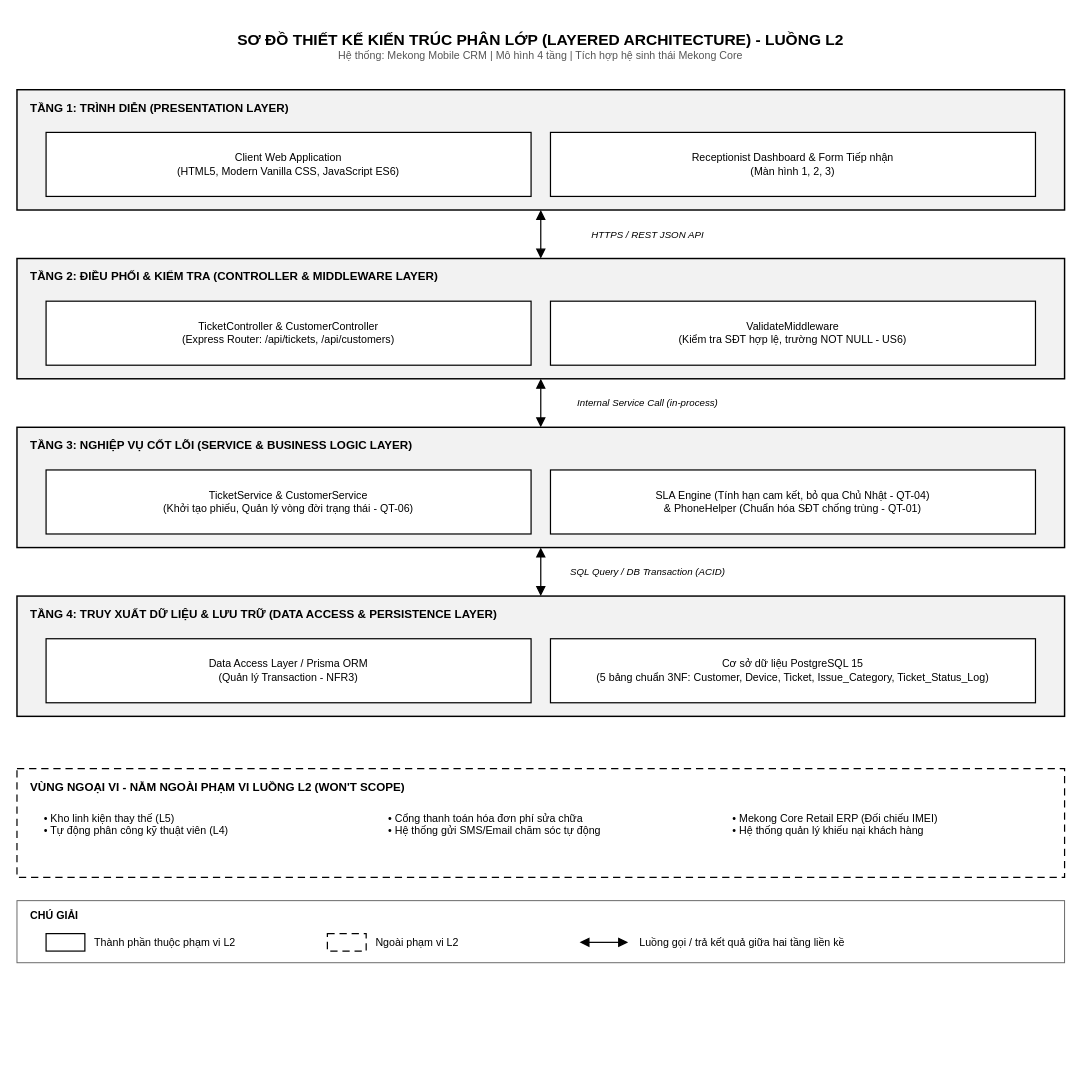
Earlier version of the draw.io diagram docs/architecture.drawio (Khoidep-zai/cdtn1-NguyenBaAnhKhoi-l2). Source tidied: cells renumbered, new cells numbered last; positions are measured from the earlier drawing's top-left corner, leaving out a move shared by most shapes. Both pictures are drawn from the tidied source at 97%, with x=0, y=0 at pixel (16, 21).
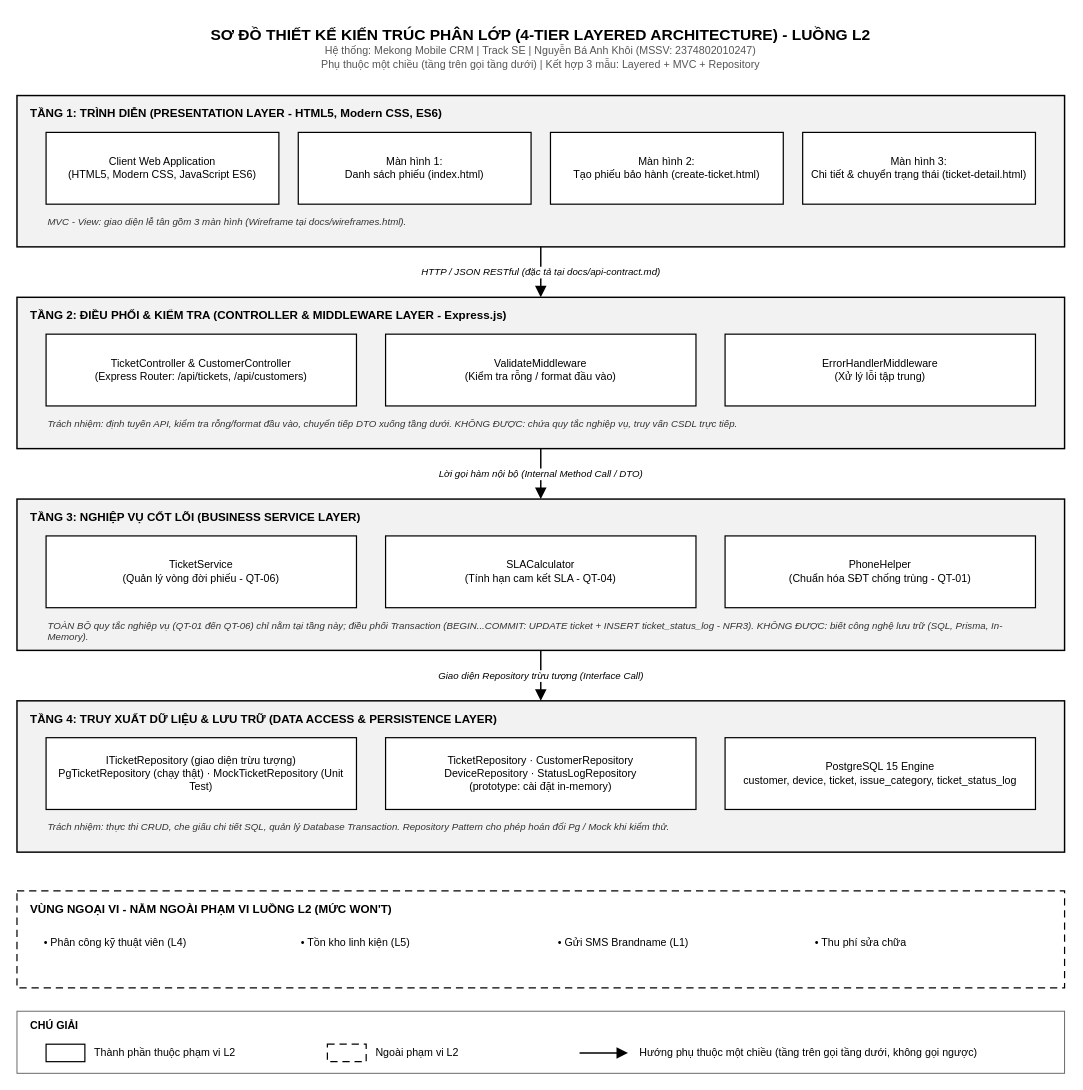
The same diagram, later.

What changed in the source:
```diff
@@
-    <mxCell id="2" value="&lt;b style=&quot;font-size:16px&quot;&gt;SƠ ĐỒ THIẾT KẾ KIẾN TRÚC PHÂN LỚP (LAYERED ARCHITECTURE) - LUỒNG L2&lt;/b&gt;&lt;br&gt;&lt;font style=&quot;font-size:11px&quot; color=&quot;#555555&quot;&gt;Hệ thống: Mekong Mobile CRM | Mô hình 4 tầng | Tích hợp hệ sinh thái Mekong Core&lt;/font&gt;" style="text;html=1;align=center;verticalAlign=middle;whiteSpace=wrap;fontColor=#000000;" parent="1" vertex="1">
-      <mxGeometry width="1080" height="50" as="geometry" />
+    <mxCell id="2" value="&lt;b style=&quot;font-size:16px&quot;&gt;SƠ ĐỒ THIẾT KẾ KIẾN TRÚC PHÂN LỚP (4-TIER LAYERED ARCHITECTURE) - LUỒNG L2&lt;/b&gt;&lt;br&gt;&lt;font style=&quot;font-size:11px&quot; color=&quot;#555555&quot;&gt;Hệ thống: Mekong Mobile CRM | Track SE | Nguyễn Bá Anh Khôi (MSSV: 2374802010247)&lt;br&gt;Phụ thuộc một chiều (tầng trên gọi tầng dưới) | Kết hợp 3 mẫu: Layered + MVC + Repository&lt;/font&gt;" style="text;html=1;align=center;verticalAlign=middle;whiteSpace=wrap;fontColor=#000000;" parent="1" vertex="1">
+      <mxGeometry y="-5" width="1080" height="64" as="geometry" />
     </mxCell>
     <mxCell id="3" style="rounded=0;html=1;fillColor=#F2F2F2;strokeColor=#000000;strokeWidth=1.5;" parent="1" vertex="1">
-      <mxGeometry y="70" width="1080" height="124" as="geometry" />
+      <mxGeometry y="76" width="1080" height="156" as="geometry" />
     </mxCell>
-    <mxCell id="4" value="&lt;b&gt;TẦNG 1: TRÌNH DIỄN (PRESENTATION LAYER)&lt;/b&gt;" style="text;html=1;whiteSpace=wrap;verticalAlign=middle;fontColor=#000000;fontSize=11;align=left;fontSize=12;" parent="3" vertex="1">
+    <mxCell id="4" value="&lt;b&gt;TẦNG 1: TRÌNH DIỄN (PRESENTATION LAYER - HTML5, Modern CSS, ES6)&lt;/b&gt;" style="text;html=1;whiteSpace=wrap;verticalAlign=middle;fontColor=#000000;align=left;fontSize=12;" parent="3" vertex="1">
       <mxGeometry x="12" y="6" width="1000" height="26" as="geometry" />
     </mxCell>
-    <mxCell id="5" value="Client Web Application&lt;br&gt;(HTML5, Modern Vanilla CSS, JavaScript ES6)" style="rounded=0;html=1;whiteSpace=wrap;fillColor=#FFFFFF;strokeColor=#000000;strokeWidth=1.25;fontColor=#000000;fontSize=11;" parent="3" vertex="1">
-      <mxGeometry x="30" y="44" width="500" height="66" as="geometry" />
+    <mxCell id="5" value="Client Web Application&lt;br&gt;(HTML5, Modern CSS, JavaScript ES6)" style="rounded=0;html=1;whiteSpace=wrap;fillColor=#FFFFFF;strokeColor=#000000;strokeWidth=1.25;fontColor=#000000;fontSize=11;" parent="3" vertex="1">
+      <mxGeometry x="30" y="38" width="240" height="74" as="geometry" />
     </mxCell>
-    <mxCell id="6" value="Receptionist Dashboard &amp;amp; Form Tiếp nhận&lt;br&gt;(Màn hình 1, 2, 3)" style="rounded=0;html=1;whiteSpace=wrap;fillColor=#FFFFFF;strokeColor=#000000;strokeWidth=1.25;fontColor=#000000;fontSize=11;" parent="3" vertex="1">
-      <mxGeometry x="550" y="44" width="500" height="66" as="geometry" />
+    <mxCell id="6" value="Màn hình 1:&lt;br&gt;Danh sách phiếu (index.html)" style="rounded=0;html=1;whiteSpace=wrap;fillColor=#FFFFFF;strokeColor=#000000;strokeWidth=1.25;fontColor=#000000;fontSize=11;" parent="3" vertex="1">
+      <mxGeometry x="290" y="38" width="240" height="74" as="geometry" />
     </mxCell>
+    <mxCell id="35" value="Màn hình 2:&lt;br&gt;Tạo phiếu bảo hành (create-ticket.html)" style="rounded=0;html=1;whiteSpace=wrap;fillColor=#FFFFFF;strokeColor=#000000;strokeWidth=1.25;fontColor=#000000;fontSize=11;" parent="3" vertex="1">
+      <mxGeometry x="550" y="38" width="240" height="74" as="geometry" />
+    </mxCell>
+    <mxCell id="36" value="Màn hình 3:&lt;br&gt;Chi tiết &amp; chuyển trạng thái (ticket-detail.html)" style="rounded=0;html=1;whiteSpace=wrap;fillColor=#FFFFFF;strokeColor=#000000;strokeWidth=1.25;fontColor=#000000;fontSize=11;" parent="3" vertex="1">
+      <mxGeometry x="810" y="38" width="240" height="74" as="geometry" />
+    </mxCell>
+    <mxCell id="37" value="MVC - View: giao diện lễ tân gồm 3 màn hình (Wireframe tại docs/wireframes.html)." style="text;html=1;whiteSpace=wrap;verticalAlign=top;fontColor=#333333;align=left;fontSize=10;fontStyle=2;" parent="3" vertex="1">
+      <mxGeometry x="30" y="118" width="1020" height="34" as="geometry" />
+    </mxCell>
     <mxCell id="7" style="rounded=0;html=1;fillColor=#F2F2F2;strokeColor=#000000;strokeWidth=1.5;" parent="1" vertex="1">
-      <mxGeometry y="244" width="1080" height="124" as="geometry" />
+      <mxGeometry y="284" width="1080" height="156" as="geometry" />
     </mxCell>
-    <mxCell id="8" value="&lt;b&gt;TẦNG 2: ĐIỀU PHỐI &amp;amp; KIỂM TRA (CONTROLLER &amp;amp; MIDDLEWARE LAYER)&lt;/b&gt;" style="text;html=1;whiteSpace=wrap;verticalAlign=middle;fontColor=#000000;fontSize=11;align=left;fontSize=12;" parent="7" vertex="1">
+    <mxCell id="8" value="&lt;b&gt;TẦNG 2: ĐIỀU PHỐI &amp; KIỂM TRA (CONTROLLER &amp; MIDDLEWARE LAYER - Express.js)&lt;/b&gt;" style="text;html=1;whiteSpace=wrap;verticalAlign=middle;fontColor=#000000;align=left;fontSize=12;" parent="7" vertex="1">
       <mxGeometry x="12" y="6" width="1000" height="26" as="geometry" />
     </mxCell>
-    <mxCell id="9" value="TicketController &amp;amp; CustomerController&lt;br&gt;(Express Router: /api/tickets, /api/customers)" style="rounded=0;html=1;whiteSpace=wrap;fillColor=#FFFFFF;strokeColor=#000000;strokeWidth=1.25;fontColor=#000000;fontSize=11;" parent="7" vertex="1">
-      <mxGeometry x="30" y="44" width="500" height="66" as="geometry" />
+    <mxCell id="9" value="TicketController &amp; CustomerController&lt;br&gt;(Express Router: /api/tickets, /api/customers)" style="rounded=0;html=1;whiteSpace=wrap;fillColor=#FFFFFF;strokeColor=#000000;strokeWidth=1.25;fontColor=#000000;fontSize=11;" parent="7" vertex="1">
+      <mxGeometry x="30" y="38" width="320" height="74" as="geometry" />
     </mxCell>
-    <mxCell id="10" value="ValidateMiddleware&lt;br&gt;(Kiểm tra SĐT hợp lệ, trường NOT NULL - US6)" style="rounded=0;html=1;whiteSpace=wrap;fillColor=#FFFFFF;strokeColor=#000000;strokeWidth=1.25;fontColor=#000000;fontSize=11;" parent="7" vertex="1">
-      <mxGeometry x="550" y="44" width="500" height="66" as="geometry" />
+    <mxCell id="10" value="ValidateMiddleware&lt;br&gt;(Kiểm tra rỗng / format đầu vào)" style="rounded=0;html=1;whiteSpace=wrap;fillColor=#FFFFFF;strokeColor=#000000;strokeWidth=1.25;fontColor=#000000;fontSize=11;" parent="7" vertex="1">
+      <mxGeometry x="380" y="38" width="320" height="74" as="geometry" />
     </mxCell>
+    <mxCell id="38" value="ErrorHandlerMiddleware&lt;br&gt;(Xử lý lỗi tập trung)" style="rounded=0;html=1;whiteSpace=wrap;fillColor=#FFFFFF;strokeColor=#000000;strokeWidth=1.25;fontColor=#000000;fontSize=11;" parent="7" vertex="1">
+      <mxGeometry x="730" y="38" width="320" height="74" as="geometry" />
+    </mxCell>
+    <mxCell id="39" value="Trách nhiệm: định tuyến API, kiểm tra rỗng/format đầu vào, chuyển tiếp DTO xuống tầng dưới. KHÔNG ĐƯỢC: chứa quy tắc nghiệp vụ, truy vấn CSDL trực tiếp." style="text;html=1;whiteSpace=wrap;verticalAlign=top;fontColor=#333333;align=left;fontSize=10;fontStyle=2;" parent="7" vertex="1">
+      <mxGeometry x="30" y="118" width="1020" height="34" as="geometry" />
+    </mxCell>
     <mxCell id="11" style="rounded=0;html=1;fillColor=#F2F2F2;strokeColor=#000000;strokeWidth=1.5;" parent="1" vertex="1">
-      <mxGeometry y="418" width="1080" height="124" as="geometry" />
+      <mxGeometry y="492" width="1080" height="156" as="geometry" />
     </mxCell>
-    <mxCell id="12" value="&lt;b&gt;TẦNG 3: NGHIỆP VỤ CỐT LÕI (SERVICE &amp;amp; BUSINESS LOGIC LAYER)&lt;/b&gt;" style="text;html=1;whiteSpace=wrap;verticalAlign=middle;fontColor=#000000;fontSize=11;align=left;fontSize=12;" parent="11" vertex="1">
+    <mxCell id="12" value="&lt;b&gt;TẦNG 3: NGHIỆP VỤ CỐT LÕI (BUSINESS SERVICE LAYER)&lt;/b&gt;" style="text;html=1;whiteSpace=wrap;verticalAlign=middle;fontColor=#000000;align=left;fontSize=12;" parent="11" vertex="1">
       <mxGeometry x="12" y="6" width="1000" height="26" as="geometry" />
     </mxCell>
-    <mxCell id="13" value="TicketService &amp;amp; CustomerService&lt;br&gt;(Khởi tạo phiếu, Quản lý vòng đời trạng thái - QT-06)" style="rounded=0;html=1;whiteSpace=wrap;fillColor=#FFFFFF;strokeColor=#000000;strokeWidth=1.25;fontColor=#000000;fontSize=11;" parent="11" vertex="1">
-      <mxGeometry x="30" y="44" width="500" height="66" as="geometry" />
+    <mxCell id="13" value="TicketService&lt;br&gt;(Quản lý vòng đời phiếu - QT-06)" style="rounded=0;html=1;whiteSpace=wrap;fillColor=#FFFFFF;strokeColor=#000000;strokeWidth=1.25;fontColor=#000000;fontSize=11;" parent="11" vertex="1">
+      <mxGeometry x="30" y="38" width="320" height="74" as="geometry" />
     </mxCell>
-    <mxCell id="14" value="SLA Engine (Tính hạn cam kết, bỏ qua Chủ Nhật - QT-04)&lt;br&gt;&amp;amp; PhoneHelper (Chuẩn hóa SĐT chống trùng - QT-01)" style="rounded=0;html=1;whiteSpace=wrap;fillColor=#FFFFFF;strokeColor=#000000;strokeWidth=1.25;fontColor=#000000;fontSize=11;" parent="11" vertex="1">
-      <mxGeometry x="550" y="44" width="500" height="66" as="geometry" />
+    <mxCell id="14" value="SLACalculator&lt;br&gt;(Tính hạn cam kết SLA - QT-04)" style="rounded=0;html=1;whiteSpace=wrap;fillColor=#FFFFFF;strokeColor=#000000;strokeWidth=1.25;fontColor=#000000;fontSize=11;" parent="11" vertex="1">
+      <mxGeometry x="380" y="38" width="320" height="74" as="geometry" />
     </mxCell>
+    <mxCell id="40" value="PhoneHelper&lt;br&gt;(Chuẩn hóa SĐT chống trùng - QT-01)" style="rounded=0;html=1;whiteSpace=wrap;fillColor=#FFFFFF;strokeColor=#000000;strokeWidth=1.25;fontColor=#000000;fontSize=11;" parent="11" vertex="1">
+      <mxGeometry x="730" y="38" width="320" height="74" as="geometry" />
+    </mxCell>
+    <mxCell id="41" value="TOÀN BỘ quy tắc nghiệp vụ (QT-01 đến QT-06) chỉ nằm tại tầng này; điều phối Transaction (BEGIN...COMMIT: UPDATE ticket + INSERT ticket_status_log - NFR3). KHÔNG ĐƯỢC: biết công nghệ lưu trữ (SQL, Prisma, In-Memory)." style="text;html=1;whiteSpace=wrap;verticalAlign=top;fontColor=#333333;align=left;fontSize=10;fontStyle=2;" parent="11" vertex="1">
+      <mxGeometry x="30" y="118" width="1020" height="34" as="geometry" />
+    </mxCell>
     <mxCell id="15" style="rounded=0;html=1;fillColor=#F2F2F2;strokeColor=#000000;strokeWidth=1.5;" parent="1" vertex="1">
-      <mxGeometry y="592" width="1080" height="124" as="geometry" />
+      <mxGeometry y="700" width="1080" height="156" as="geometry" />
     </mxCell>
-    <mxCell id="16" value="&lt;b&gt;TẦNG 4: TRUY XUẤT DỮ LIỆU &amp;amp; LƯU TRỮ (DATA ACCESS &amp;amp; PERSISTENCE LAYER)&lt;/b&gt;" style="text;html=1;whiteSpace=wrap;verticalAlign=middle;fontColor=#000000;fontSize=11;align=left;fontSize=12;" parent="15" vertex="1">
+    <mxCell id="16" value="&lt;b&gt;TẦNG 4: TRUY XUẤT DỮ LIỆU &amp; LƯU TRỮ (DATA ACCESS &amp; PERSISTENCE LAYER)&lt;/b&gt;" style="text;html=1;whiteSpace=wrap;verticalAlign=middle;fontColor=#000000;align=left;fontSize=12;" parent="15" vertex="1">
       <mxGeometry x="12" y="6" width="1000" height="26" as="geometry" />
     </mxCell>
-    <mxCell id="17" value="Data Access Layer / Prisma ORM&lt;br&gt;(Quản lý Transaction - NFR3)" style="rounded=0;html=1;whiteSpace=wrap;fillColor=#FFFFFF;strokeColor=#000000;strokeWidth=1.25;fontColor=#000000;fontSize=11;" parent="15" vertex="1">
-      <mxGeometry x="30" y="44" width="500" height="66" as="geometry" />
+    <mxCell id="17" value="ITicketRepository (giao diện trừu tượng)&lt;br&gt;PgTicketRepository (chạy thật) · MockTicketRepository (Unit Test)" style="rounded=0;html=1;whiteSpace=wrap;fillColor=#FFFFFF;strokeColor=#000000;strokeWidth=1.25;fontColor=#000000;fontSize=11;" parent="15" vertex="1">
+      <mxGeometry x="30" y="38" width="320" height="74" as="geometry" />
     </mxCell>
-    <mxCell id="18" value="Cơ sở dữ liệu PostgreSQL 15&lt;br&gt;(5 bảng chuẩn 3NF: Customer, Device, Ticket, Issue_Category, Ticket_Status_Log)" style="rounded=0;html=1;whiteSpace=wrap;fillColor=#FFFFFF;strokeColor=#000000;strokeWidth=1.25;fontColor=#000000;fontSize=11;" parent="15" vertex="1">
-      <mxGeometry x="550" y="44" width="500" height="66" as="geometry" />
+    <mxCell id="18" value="TicketRepository · CustomerRepository&lt;br&gt;DeviceRepository · StatusLogRepository&lt;br&gt;(prototype: cài đặt in-memory)" style="rounded=0;html=1;whiteSpace=wrap;fillColor=#FFFFFF;strokeColor=#000000;strokeWidth=1.25;fontColor=#000000;fontSize=11;" parent="15" vertex="1">
+      <mxGeometry x="380" y="38" width="320" height="74" as="geometry" />
     </mxCell>
+    <mxCell id="42" value="PostgreSQL 15 Engine&lt;br&gt;customer, device, ticket, issue_category, ticket_status_log" style="rounded=0;html=1;whiteSpace=wrap;fillColor=#FFFFFF;strokeColor=#000000;strokeWidth=1.25;fontColor=#000000;fontSize=11;" parent="15" vertex="1">
+      <mxGeometry x="730" y="38" width="320" height="74" as="geometry" />
+    </mxCell>
+    <mxCell id="43" value="Trách nhiệm: thực thi CRUD, che giấu chi tiết SQL, quản lý Database Transaction. Repository Pattern cho phép hoán đổi Pg / Mock khi kiểm thử." style="text;html=1;whiteSpace=wrap;verticalAlign=top;fontColor=#333333;align=left;fontSize=10;fontStyle=2;" parent="15" vertex="1">
+      <mxGeometry x="30" y="118" width="1020" height="34" as="geometry" />
+    </mxCell>
-    <mxCell id="19" value="HTTPS / REST JSON API" style="edgeStyle=none;html=1;rounded=0;startArrow=block;startFill=1;endArrow=block;endFill=1;startSize=7;endSize=7;strokeColor=#000000;strokeWidth=1.25;fontSize=10;fontStyle=2;fontColor=#000000;labelBackgroundColor=#FFFFFF;exitX=0.5;exitY=1;exitDx=0;exitDy=0;entryX=0.5;entryY=0;entryDx=0;entryDy=0;" parent="1" edge="1" source="3" target="7">
-      <mxGeometry relative="1" as="geometry">
-        <mxPoint x="110" as="offset" />
-      </mxGeometry>
+    <mxCell id="19" value="HTTP / JSON RESTful (đặc tả tại docs/api-contract.md)" style="edgeStyle=none;html=1;rounded=0;startArrow=none;endArrow=block;endFill=1;endSize=8;strokeColor=#000000;strokeWidth=1.5;fontSize=10;fontStyle=2;fontColor=#000000;labelBackgroundColor=#FFFFFF;exitX=0.5;exitY=1;exitDx=0;exitDy=0;entryX=0.5;entryY=0;entryDx=0;entryDy=0;" parent="1" edge="1" source="3" target="7">
+      <mxGeometry relative="1" as="geometry" />
     </mxCell>
-    <mxCell id="20" value="Internal Service Call (in-process)" style="edgeStyle=none;html=1;rounded=0;startArrow=block;startFill=1;endArrow=block;endFill=1;startSize=7;endSize=7;strokeColor=#000000;strokeWidth=1.25;fontSize=10;fontStyle=2;fontColor=#000000;labelBackgroundColor=#FFFFFF;exitX=0.5;exitY=1;exitDx=0;exitDy=0;entryX=0.5;entryY=0;entryDx=0;entryDy=0;" parent="1" edge="1" source="7" target="11">
-      <mxGeometry relative="1" as="geometry">
-        <mxPoint x="110" as="offset" />
-      </mxGeometry>
+    <mxCell id="20" value="Lời gọi hàm nội bộ (Internal Method Call / DTO)" style="edgeStyle=none;html=1;rounded=0;startArrow=none;endArrow=block;endFill=1;endSize=8;strokeColor=#000000;strokeWidth=1.5;fontSize=10;fontStyle=2;fontColor=#000000;labelBackgroundColor=#FFFFFF;exitX=0.5;exitY=1;exitDx=0;exitDy=0;entryX=0.5;entryY=0;entryDx=0;entryDy=0;" parent="1" edge="1" source="7" target="11">
+      <mxGeometry relative="1" as="geometry" />
     </mxCell>
-    <mxCell id="21" value="SQL Query / DB Transaction (ACID)" style="edgeStyle=none;html=1;rounded=0;startArrow=block;startFill=1;endArrow=block;endFill=1;startSize=7;endSize=7;strokeColor=#000000;strokeWidth=1.25;fontSize=10;fontStyle=2;fontColor=#000000;labelBackgroundColor=#FFFFFF;exitX=0.5;exitY=1;exitDx=0;exitDy=0;entryX=0.5;entryY=0;entryDx=0;entryDy=0;" parent="1" edge="1" source="11" target="15">
-      <mxGeometry relative="1" as="geometry">
-        <mxPoint x="110" as="offset" />
-      </mxGeometry>
+    <mxCell id="21" value="Giao diện Repository trừu tượng (Interface Call)" style="edgeStyle=none;html=1;rounded=0;startArrow=none;endArrow=block;endFill=1;endSize=8;strokeColor=#000000;strokeWidth=1.5;fontSize=10;fontStyle=2;fontColor=#000000;labelBackgroundColor=#FFFFFF;exitX=0.5;exitY=1;exitDx=0;exitDy=0;entryX=0.5;entryY=0;entryDx=0;entryDy=0;" parent="1" edge="1" source="11" target="15">
+      <mxGeometry relative="1" as="geometry" />
     </mxCell>
     <mxCell id="22" style="rounded=0;html=1;fillColor=#FFFFFF;strokeColor=#000000;strokeWidth=1.25;dashed=1;dashPattern=6 4;" parent="1" vertex="1">
-      <mxGeometry y="770" width="1080" height="112" as="geometry" />
+      <mxGeometry y="896" width="1080" height="100" as="geometry" />
     </mxCell>
-    <mxCell id="23" value="&lt;b&gt;VÙNG NGOẠI VI - NẰM NGOÀI PHẠM VI LUỒNG L2 (WON'T SCOPE)&lt;/b&gt;" style="text;html=1;whiteSpace=wrap;verticalAlign=middle;fontColor=#000000;fontSize=11;align=left;fontSize=12;" parent="1" vertex="1">
-      <mxGeometry x="12" y="776" width="1000" height="26" as="geometry" />
+    <mxCell id="23" value="&lt;b&gt;VÙNG NGOẠI VI - NẰM NGOÀI PHẠM VI LUỒNG L2 (MỨC WON'T)&lt;/b&gt;" style="text;html=1;whiteSpace=wrap;verticalAlign=middle;fontColor=#000000;align=left;fontSize=12;" parent="1" vertex="1">
+      <mxGeometry x="12" y="902" width="1000" height="26" as="geometry" />
     </mxCell>
-    <mxCell id="24" value="• Kho linh kiện thay thế (L5)&lt;br&gt;• Tự động phân công kỹ thuật viên (L4)" style="text;html=1;whiteSpace=wrap;verticalAlign=middle;fontColor=#000000;fontSize=11;align=left;verticalAlign=top;" parent="1" vertex="1">
-      <mxGeometry x="26" y="808" width="340" height="60" as="geometry" />
+    <mxCell id="24" value="• Phân công kỹ thuật viên (L4)" style="text;html=1;whiteSpace=wrap;verticalAlign=middle;fontColor=#000000;fontSize=11;align=left;verticalAlign=top;" parent="1" vertex="1">
+      <mxGeometry x="26" y="936" width="245" height="40" as="geometry" />
     </mxCell>
-    <mxCell id="25" value="• Cổng thanh toán hóa đơn phí sửa chữa&lt;br&gt;• Hệ thống gửi SMS/Email chăm sóc tự động" style="text;html=1;whiteSpace=wrap;verticalAlign=middle;fontColor=#000000;fontSize=11;align=left;verticalAlign=top;" parent="1" vertex="1">
-      <mxGeometry x="381" y="808" width="340" height="60" as="geometry" />
+    <mxCell id="25" value="• Tồn kho linh kiện (L5)" style="text;html=1;whiteSpace=wrap;verticalAlign=middle;fontColor=#000000;fontSize=11;align=left;verticalAlign=top;" parent="1" vertex="1">
+      <mxGeometry x="291" y="936" width="245" height="40" as="geometry" />
     </mxCell>
-    <mxCell id="26" value="• Mekong Core Retail ERP (Đối chiếu IMEI)&lt;br&gt;• Hệ thống quản lý khiếu nại khách hàng" style="text;html=1;whiteSpace=wrap;verticalAlign=middle;fontColor=#000000;fontSize=11;align=left;verticalAlign=top;" parent="1" vertex="1">
-      <mxGeometry x="736" y="808" width="340" height="60" as="geometry" />
+    <mxCell id="26" value="• Gửi SMS Brandname (L1)" style="text;html=1;whiteSpace=wrap;verticalAlign=middle;fontColor=#000000;fontSize=11;align=left;verticalAlign=top;" parent="1" vertex="1">
+      <mxGeometry x="556" y="936" width="245" height="40" as="geometry" />
     </mxCell>
+    <mxCell id="44" value="• Thu phí sửa chữa" style="text;html=1;whiteSpace=wrap;verticalAlign=middle;fontColor=#000000;fontSize=11;align=left;verticalAlign=top;" parent="1" vertex="1">
+      <mxGeometry x="821" y="936" width="245" height="40" as="geometry" />
+    </mxCell>
     <mxCell id="27" style="rounded=0;html=1;fillColor=#FFFFFF;strokeColor=#666666;strokeWidth=1;" parent="1" vertex="1">
-      <mxGeometry y="906" width="1080" height="64" as="geometry" />
+      <mxGeometry y="1020" width="1080" height="64" as="geometry" />
     </mxCell>
     <mxCell id="28" value="&lt;b&gt;CHÚ GIẢI&lt;/b&gt;" style="text;html=1;whiteSpace=wrap;verticalAlign=middle;fontColor=#000000;fontSize=11;align=left;" parent="1" vertex="1">
-      <mxGeometry x="12" y="910" width="100" height="22" as="geometry" />
+      <mxGeometry x="12" y="1024" width="100" height="22" as="geometry" />
     </mxCell>
     <mxCell id="29" style="rounded=0;html=1;whiteSpace=wrap;fillColor=#FFFFFF;strokeColor=#000000;strokeWidth=1.25;fontColor=#000000;fontSize=11;" parent="1" vertex="1">
-      <mxGeometry x="30" y="940" width="40" height="18" as="geometry" />
+      <mxGeometry x="30" y="1054" width="40" height="18" as="geometry" />
     </mxCell>
     <mxCell id="30" value="Thành phần thuộc phạm vi L2" style="text;html=1;whiteSpace=wrap;verticalAlign=middle;fontColor=#000000;fontSize=11;align=left;" parent="1" vertex="1">
-      <mxGeometry x="78" y="938" width="200" height="22" as="geometry" />
+      <mxGeometry x="78" y="1052" width="200" height="22" as="geometry" />
     </mxCell>
     <mxCell id="31" style="rounded=0;html=1;fillColor=#FFFFFF;strokeColor=#000000;strokeWidth=1.25;dashed=1;dashPattern=6 4;" parent="1" vertex="1">
-      <mxGeometry x="320" y="940" width="40" height="18" as="geometry" />
+      <mxGeometry x="320" y="1054" width="40" height="18" as="geometry" />
     </mxCell>
     <mxCell id="32" value="Ngoài phạm vi L2" style="text;html=1;whiteSpace=wrap;verticalAlign=middle;fontColor=#000000;fontSize=11;align=left;" parent="1" vertex="1">
-      <mxGeometry x="368" y="938" width="160" height="22" as="geometry" />
+      <mxGeometry x="368" y="1052" width="160" height="22" as="geometry" />
     </mxCell>
-    <mxCell id="33" style="edgeStyle=none;html=1;startArrow=block;startFill=1;endArrow=block;endFill=1;startSize=7;endSize=7;strokeColor=#000000;strokeWidth=1.25;" parent="1" edge="1">
+    <mxCell id="33" style="edgeStyle=none;html=1;startArrow=none;endArrow=block;endFill=1;endSize=8;strokeColor=#000000;strokeWidth=1.5;" parent="1" edge="1">
       <mxGeometry relative="1" as="geometry">
-        <mxPoint x="580" y="949" as="sourcePoint" />
-        <mxPoint x="630" y="949" as="targetPoint" />
+        <mxPoint x="580" y="1063" as="sourcePoint" />
+        <mxPoint x="630" y="1063" as="targetPoint" />
       </mxGeometry>
     </mxCell>
-    <mxCell id="34" value="Luồng gọi / trả kết quả giữa hai tầng liền kề" style="text;html=1;whiteSpace=wrap;verticalAlign=middle;fontColor=#000000;fontSize=11;align=left;" parent="1" vertex="1">
-      <mxGeometry x="640" y="938" width="420" height="22" as="geometry" />
+    <mxCell id="34" value="Hướng phụ thuộc một chiều (tầng trên gọi tầng dưới, không gọi ngược)" style="text;html=1;whiteSpace=wrap;verticalAlign=middle;fontColor=#000000;fontSize=11;align=left;" parent="1" vertex="1">
+      <mxGeometry x="640" y="1052" width="430" height="22" as="geometry" />
     </mxCell>
```
